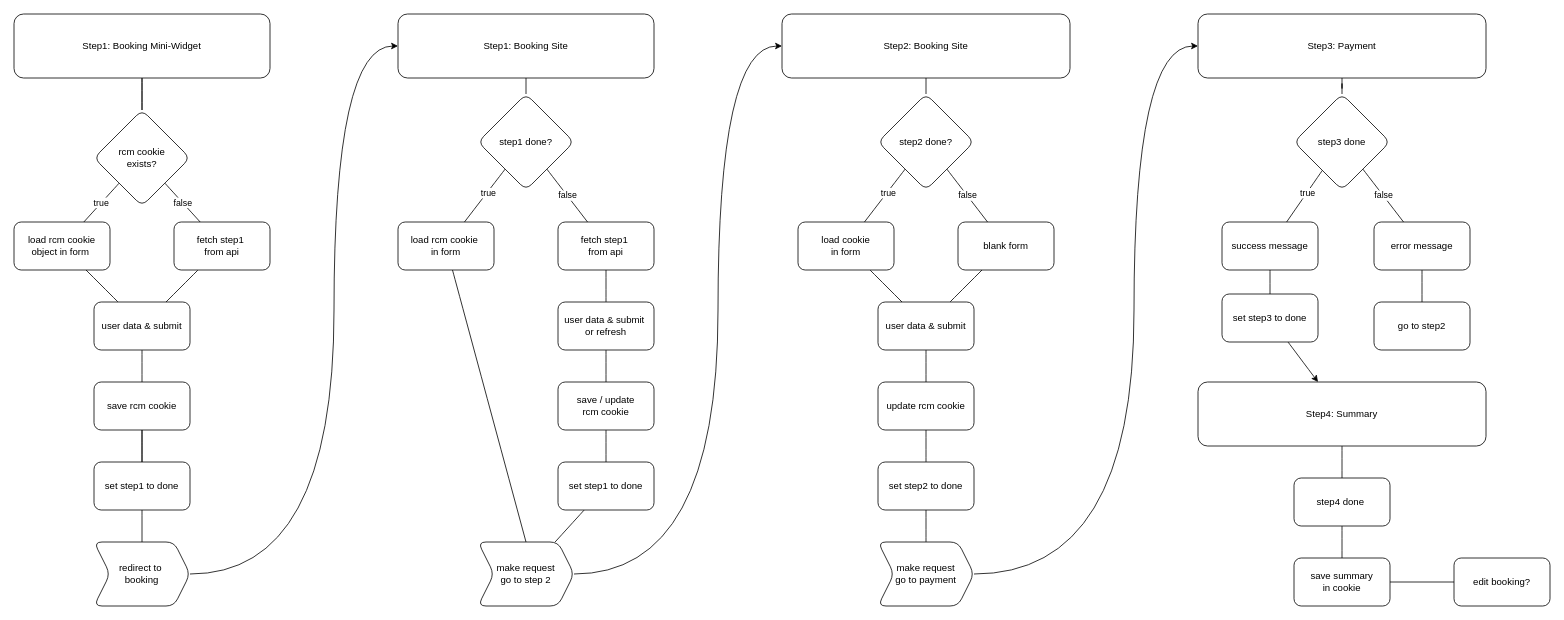
eugenregehr/diagrams keeps this draw.io diagram as Arctic Campers.drawio. Above is the earlier version. Source tidied: cells renumbered, new cells numbered last; positions are measured from the earlier drawing's top-left corner, leaving out a move shared by most shapes. Both pictures are drawn from the tidied source at 80%, with x=0, y=0 at pixel (14, 14).
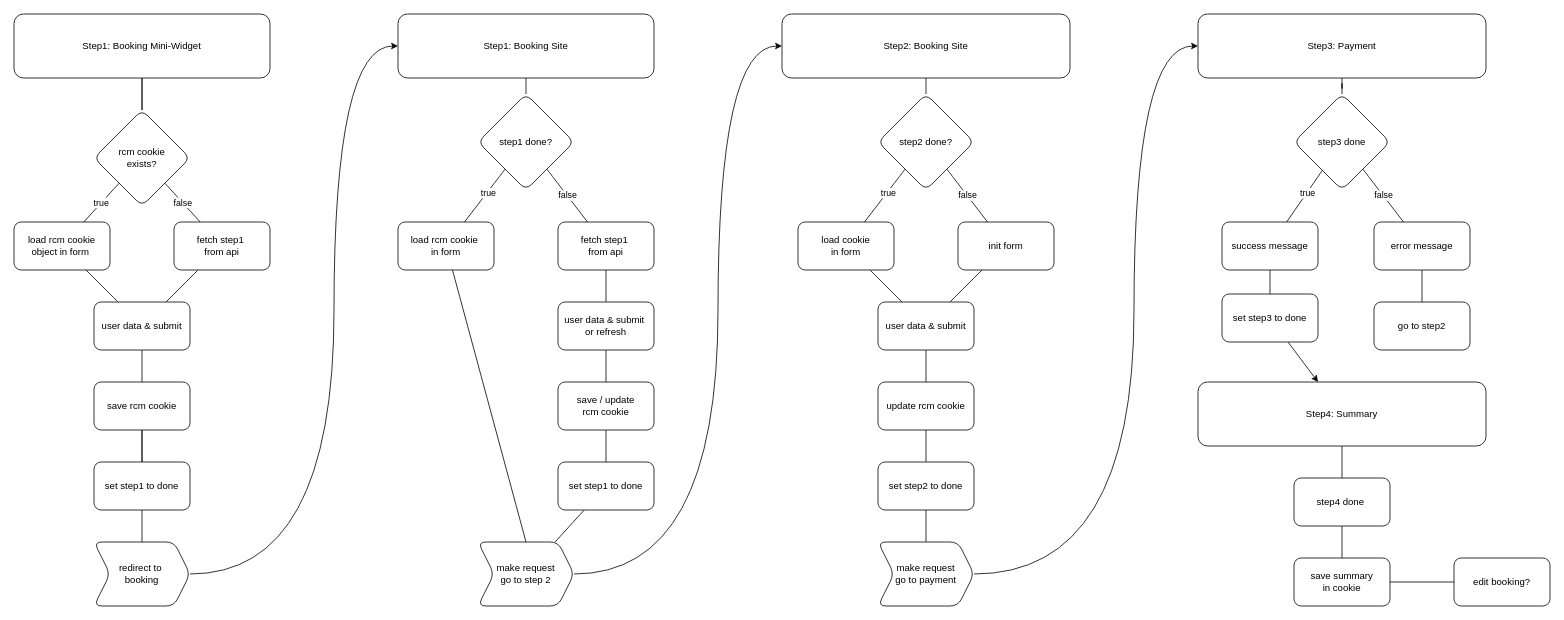
The same page after the edit.

What changed in the source:
```diff
@@
-    <mxCell id="42" value="blank form" style="whiteSpace=wrap;html=1;rounded=1;" parent="1" vertex="1">
+    <mxCell id="42" value="init form" style="whiteSpace=wrap;html=1;rounded=1;" parent="1" vertex="1">
       <mxGeometry x="1180" y="260" width="120" height="60" as="geometry" />
     </mxCell>
```
